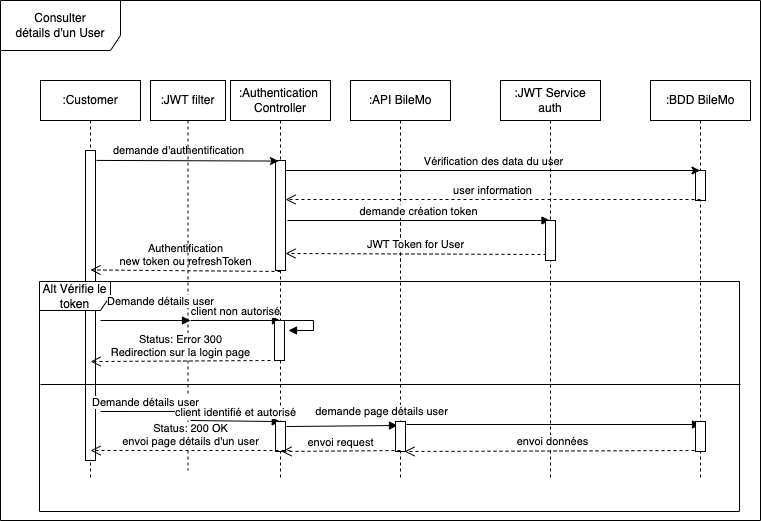
Fossette7/bilemo keeps this draw.io diagram as _Diagrammes UML/D.sq_consultation_details_dun_user_BileMo.drawio.png. Above is the earlier version. Source tidied: cells renumbered, new cells last; positions are measured from the earlier drawing's top-left corner, leaving out a move shared by most shapes.
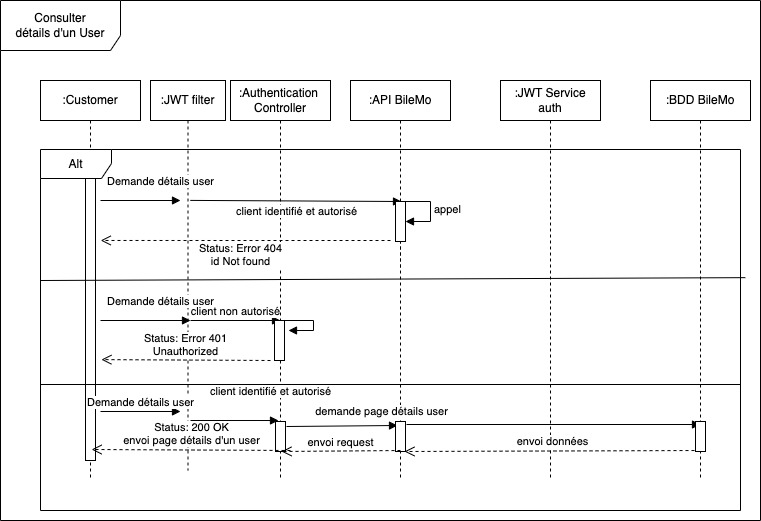
Later version of the same file.

Commit message:
modify error code and add diagramm update

What changed in the source:
```diff
@@ -9,7 +9,7 @@
       <mxGeometry x="40" y="80" width="100" height="400" as="geometry" />
     </mxCell>
     <mxCell id="4" style="html=1;points=[];perimeter=orthogonalPerimeter;" parent="3" vertex="1">
-      <mxGeometry x="45" y="70" width="10" height="310" as="geometry" />
+      <mxGeometry x="45" y="80" width="10" height="300" as="geometry" />
     </mxCell>
     <mxCell id="5" value=":API BileMo" style="shape=umlLifeline;perimeter=lifelinePerimeter;whiteSpace=wrap;html=1;" parent="1" vertex="1">
       <mxGeometry x="350" y="80" width="100" height="400" as="geometry" />
@@ -17,9 +17,6 @@
     <mxCell id="6" value=":BDD BileMo" style="shape=umlLifeline;perimeter=lifelinePerimeter;whiteSpace=wrap;html=1;outlineConnect=0;" parent="1" vertex="1">
       <mxGeometry x="650" y="80" width="100" height="400" as="geometry" />
     </mxCell>
-    <mxCell id="7" style="html=1;perimeter=orthogonalPerimeter;" parent="6" vertex="1">
-      <mxGeometry x="45" y="90" width="10" height="30" as="geometry" />
-    </mxCell>
     <mxCell id="8" style="html=1;verticalAlign=bottom;endArrow=none;dashed=1;endSize=8;rounded=0;" parent="1" edge="1">
       <mxGeometry relative="1" as="geometry">
         <mxPoint x="400" y="210" as="sourcePoint" />
@@ -29,58 +26,14 @@
     <mxCell id="9" value=":Authentication&amp;nbsp;&lt;br&gt;Controller" style="shape=umlLifeline;perimeter=lifelinePerimeter;whiteSpace=wrap;html=1;" parent="1" vertex="1">
       <mxGeometry x="230" y="80" width="100" height="400" as="geometry" />
     </mxCell>
-    <mxCell id="10" style="html=1;points=[];perimeter=orthogonalPerimeter;" parent="9" vertex="1">
-      <mxGeometry x="45" y="80" width="10" height="110" as="geometry" />
-    </mxCell>
-    <mxCell id="11" style="endArrow=classic;html=1;rounded=0;" parent="9" edge="1" target="6">
-      <mxGeometry relative="1" as="geometry">
-        <mxPoint x="55" y="90" as="sourcePoint" />
-      </mxGeometry>
-    </mxCell>
-    <mxCell id="12" value="Vérification des data du user" style="edgeLabel;html=1;align=center;verticalAlign=middle;" parent="11" vertex="1">
-      <mxGeometry relative="1" as="geometry">
-        <mxPoint y="-10" as="offset" />
-      </mxGeometry>
-    </mxCell>
-    <mxCell id="13" value="demande création token" style="html=1;verticalAlign=bottom;endArrow=block;rounded=0;" parent="9" edge="1" target="15">
-      <mxGeometry relative="1" as="geometry">
-        <mxPoint x="57" y="140" as="sourcePoint" />
-      </mxGeometry>
-    </mxCell>
-    <mxCell id="14" value="JWT Token for User" style="html=1;verticalAlign=bottom;endArrow=open;dashed=1;endSize=8;rounded=0;exitX=0.1;exitY=0.85;exitDx=0;exitDy=0;exitPerimeter=0;" parent="9" edge="1" source="16">
-      <mxGeometry relative="1" as="geometry">
-        <mxPoint x="55" y="173" as="targetPoint" />
-      </mxGeometry>
-    </mxCell>
     <mxCell id="15" value=":JWT Service&lt;br&gt;auth" style="shape=umlLifeline;perimeter=lifelinePerimeter;whiteSpace=wrap;html=1;outlineConnect=0;" parent="1" vertex="1">
       <mxGeometry x="500" y="80" width="100" height="400" as="geometry" />
     </mxCell>
-    <mxCell id="16" style="html=1;points=[];perimeter=orthogonalPerimeter;" parent="15" vertex="1">
-      <mxGeometry x="45" y="140" width="10" height="40" as="geometry" />
-    </mxCell>
-    <mxCell id="17" style="endArrow=classic;html=1;rounded=0;entryX=0.3;entryY=0.005;entryDx=0;entryDy=0;entryPerimeter=0;exitX=1.1;exitY=0.032;exitDx=0;exitDy=0;exitPerimeter=0;" parent="1" edge="1" source="4" target="10">
-      <mxGeometry relative="1" as="geometry" />
-    </mxCell>
-    <mxCell id="18" value="demande d'authentification" style="edgeLabel;html=1;align=center;verticalAlign=middle;" parent="17" vertex="1">
-      <mxGeometry x="-0.2" y="-3" relative="1" as="geometry">
-        <mxPoint x="9" y="-14" as="offset" />
-      </mxGeometry>
-    </mxCell>
-    <mxCell id="19" value="user information" style="html=1;verticalAlign=bottom;endArrow=open;dashed=1;endSize=8;rounded=0;" parent="1" edge="1" target="10">
-      <mxGeometry relative="1" as="geometry">
-        <mxPoint x="700" y="199" as="sourcePoint" />
-      </mxGeometry>
-    </mxCell>
-    <mxCell id="20" value="Authentification&lt;br&gt;new token ou refreshToken" style="html=1;verticalAlign=bottom;endArrow=open;dashed=1;endSize=8;rounded=0;entryX=0.9;entryY=0.576;entryDx=0;entryDy=0;entryPerimeter=0;exitX=0.5;exitY=1.009;exitDx=0;exitDy=0;exitPerimeter=0;" parent="1" edge="1" source="10">
-      <mxGeometry relative="1" as="geometry">
-        <mxPoint x="90" y="269.4" as="targetPoint" />
-      </mxGeometry>
-    </mxCell>
     <mxCell id="21" value=":JWT filter" style="shape=umlLifeline;perimeter=lifelinePerimeter;whiteSpace=wrap;html=1;" parent="1" vertex="1">
       <mxGeometry x="150" y="80" width="75" height="390" as="geometry" />
     </mxCell>
-    <mxCell id="22" value="Alt Vérifie le token" style="shape=umlFrame;whiteSpace=wrap;html=1;width=71;height=29;" parent="1" vertex="1">
-      <mxGeometry x="39" y="281" width="700" height="230" as="geometry" />
+    <mxCell id="22" value="Alt" style="shape=umlFrame;whiteSpace=wrap;html=1;width=71;height=29;" parent="1" vertex="1">
+      <mxGeometry x="40" y="149" width="700" height="361" as="geometry" />
     </mxCell>
     <mxCell id="23" value="Demande détails user" style="html=1;verticalAlign=bottom;endArrow=block;rounded=0;" parent="1" edge="1">
       <mxGeometry x="0.33" y="10" relative="1" as="geometry">
@@ -106,7 +59,7 @@
         </Array>
       </mxGeometry>
     </mxCell>
-    <mxCell id="27" value="Status: Error 300&lt;br&gt;Redirection sur la login page" style="html=1;verticalAlign=bottom;endArrow=open;dashed=1;endSize=8;rounded=0;entryX=0.073;entryY=0.348;entryDx=0;entryDy=0;entryPerimeter=0;" parent="1" edge="1" target="22">
+    <mxCell id="27" value="Status: Error 401&lt;br&gt;Unauthorized" style="html=1;verticalAlign=bottom;endArrow=open;dashed=1;endSize=8;rounded=0;entryX=0.087;entryY=0.582;entryDx=0;entryDy=0;entryPerimeter=0;" parent="1" edge="1" target="22">
       <mxGeometry relative="1" as="geometry">
         <mxPoint x="270" y="360" as="sourcePoint" />
       </mxGeometry>
@@ -114,13 +67,14 @@
     <mxCell id="28" style="line;strokeWidth=1;fillColor=none;align=left;verticalAlign=middle;spacingTop=-1;spacingLeft=3;spacingRight=3;labelPosition=right;" parent="1" vertex="1">
       <mxGeometry x="40" y="380" width="700" height="8" as="geometry" />
     </mxCell>
-    <mxCell id="29" value="Demande détails user" style="html=1;verticalAlign=bottom;endArrow=block;rounded=0;entryX=0.216;entryY=0.565;entryDx=0;entryDy=0;entryPerimeter=0;" parent="1" edge="1" target="22">
+    <mxCell id="29" value="Demande détails user" style="html=1;verticalAlign=bottom;endArrow=block;rounded=0;" parent="1" edge="1">
       <mxGeometry relative="1" as="geometry">
         <mxPoint x="100" y="411" as="sourcePoint" />
+        <mxPoint x="180" y="411" as="targetPoint" />
       </mxGeometry>
     </mxCell>
-    <mxCell id="30" value="client identifié et autorisé" style="html=1;verticalAlign=bottom;endArrow=block;rounded=0;entryX=0.344;entryY=0.609;entryDx=0;entryDy=0;entryPerimeter=0;" parent="1" edge="1" target="22">
-      <mxGeometry relative="1" as="geometry">
+    <mxCell id="30" value="client identifié et autorisé" style="html=1;verticalAlign=bottom;endArrow=block;rounded=0;entryX=0.3;entryY=-0.033;entryDx=0;entryDy=0;entryPerimeter=0;" parent="1" edge="1" target="31">
+      <mxGeometry x="0.82" y="20" relative="1" as="geometry">
         <mxPoint x="190" y="420" as="sourcePoint" />
       </mxGeometry>
     </mxCell>
@@ -151,7 +105,7 @@
         <mxPoint x="700" y="450" as="sourcePoint" />
       </mxGeometry>
     </mxCell>
-    <mxCell id="37" value="Status: 200 OK&lt;br&gt;envoi page détails d'un user" style="html=1;verticalAlign=bottom;endArrow=open;dashed=1;endSize=8;rounded=0;entryX=0.073;entryY=0.735;entryDx=0;entryDy=0;entryPerimeter=0;" parent="1" edge="1" target="22">
+    <mxCell id="37" value="Status: 200 OK&lt;br&gt;envoi page détails d'un user" style="html=1;verticalAlign=bottom;endArrow=open;dashed=1;endSize=8;rounded=0;entryX=0.073;entryY=0.831;entryDx=0;entryDy=0;entryPerimeter=0;" parent="1" edge="1" target="22">
       <mxGeometry relative="1" as="geometry">
         <mxPoint x="290" y="450" as="sourcePoint" />
       </mxGeometry>
@@ -159,5 +113,39 @@
     <mxCell id="38" style="html=1;perimeter=orthogonalPerimeter;" parent="1" vertex="1">
       <mxGeometry x="695" y="421" width="10" height="30" as="geometry" />
     </mxCell>
+    <mxCell id="39" style="endArrow=none;html=1;rounded=0;entryX=1.007;entryY=0.355;entryDx=0;entryDy=0;entryPerimeter=0;" parent="1" edge="1" target="22">
+      <mxGeometry relative="1" as="geometry">
+        <mxPoint x="40" y="280" as="sourcePoint" />
+      </mxGeometry>
+    </mxCell>
+    <mxCell id="40" value="Demande détails user" style="html=1;verticalAlign=bottom;endArrow=block;rounded=0;" parent="1" edge="1">
+      <mxGeometry x="0.5" y="10" relative="1" as="geometry">
+        <mxPoint x="100" y="200" as="sourcePoint" />
+        <mxPoint x="180" y="200" as="targetPoint" />
+      </mxGeometry>
+    </mxCell>
+    <mxCell id="41" value="client identifié et autorisé" style="html=1;verticalAlign=bottom;endArrow=block;rounded=0;exitX=0.214;exitY=0.141;exitDx=0;exitDy=0;exitPerimeter=0;entryX=0.6;entryY=0;entryDx=0;entryDy=0;entryPerimeter=0;" parent="1" edge="1" source="22" target="42">
+      <mxGeometry y="-20" relative="1" as="geometry" />
+    </mxCell>
+    <mxCell id="42" style="html=1;points=[];perimeter=orthogonalPerimeter;" parent="1" vertex="1">
+      <mxGeometry x="395" y="201" width="10" height="40" as="geometry" />
+    </mxCell>
+    <mxCell id="43" value="appel" style="edgeStyle=orthogonalEdgeStyle;html=1;align=left;spacingLeft=2;endArrow=block;rounded=0;entryX=1;entryY=0;" parent="1" edge="1">
+      <mxGeometry relative="1" as="geometry">
+        <mxPoint x="400" y="201" as="sourcePoint" />
+        <mxPoint x="405" y="221" as="targetPoint" />
+        <Array as="points">
+          <mxPoint x="430" y="201" />
+        </Array>
+      </mxGeometry>
+    </mxCell>
+    <mxCell id="44" value="Status: Error 404&lt;br&gt;id Not found" style="html=1;verticalAlign=bottom;endArrow=open;dashed=1;endSize=8;rounded=0;entryX=0.086;entryY=0.252;entryDx=0;entryDy=0;entryPerimeter=0;" parent="1" edge="1" target="22">
+      <mxGeometry x="0.04" y="30" relative="1" as="geometry">
+        <mxPoint x="390" y="240" as="sourcePoint" />
+        <Array as="points">
+          <mxPoint x="240" y="240" />
+        </Array>
+      </mxGeometry>
+    </mxCell>
   </root>
 </mxGraphModel>
```
